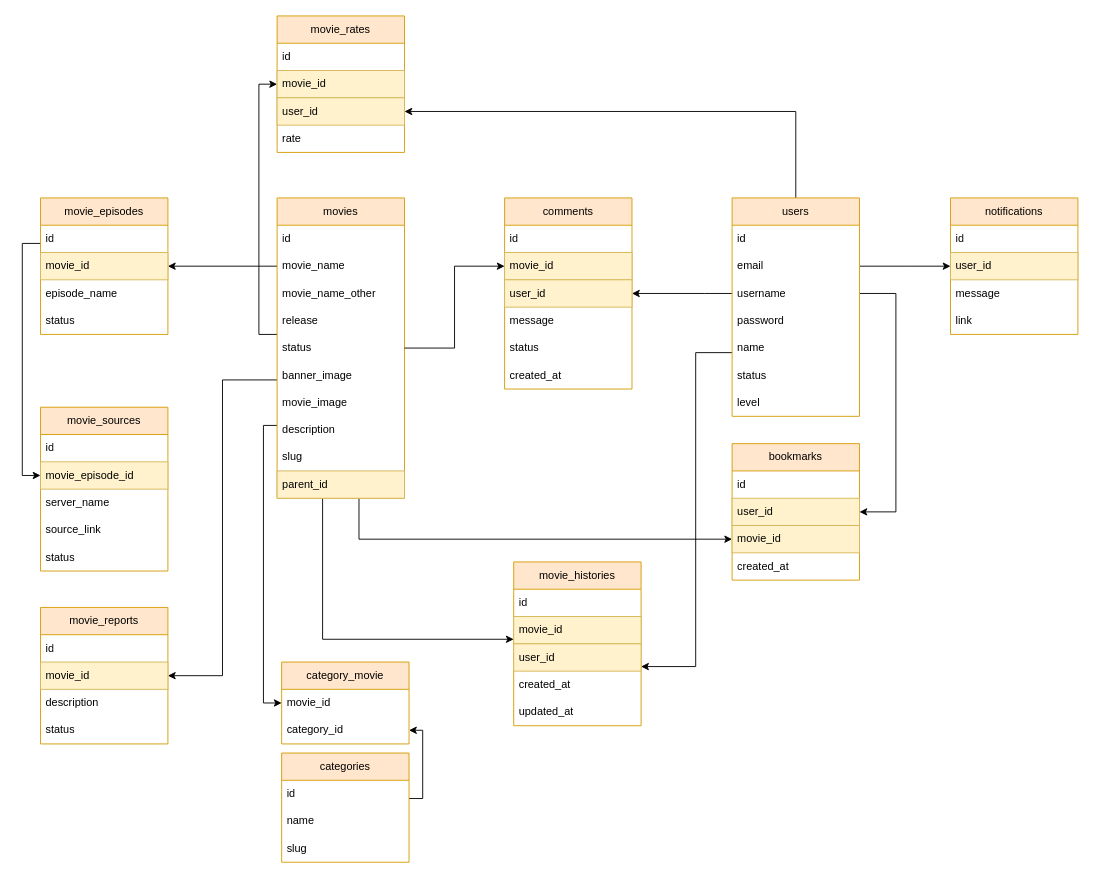
Earlier version of the draw.io diagram movies_erd.drawio (chinhps/movie-project). Source tidied: cells renumbered, new cells numbered last; positions are measured from the earlier drawing's top-left corner, leaving out a move shared by most shapes. Both pictures are drawn from the tidied source at 91%, with x=0, y=0 at pixel (22, 15).
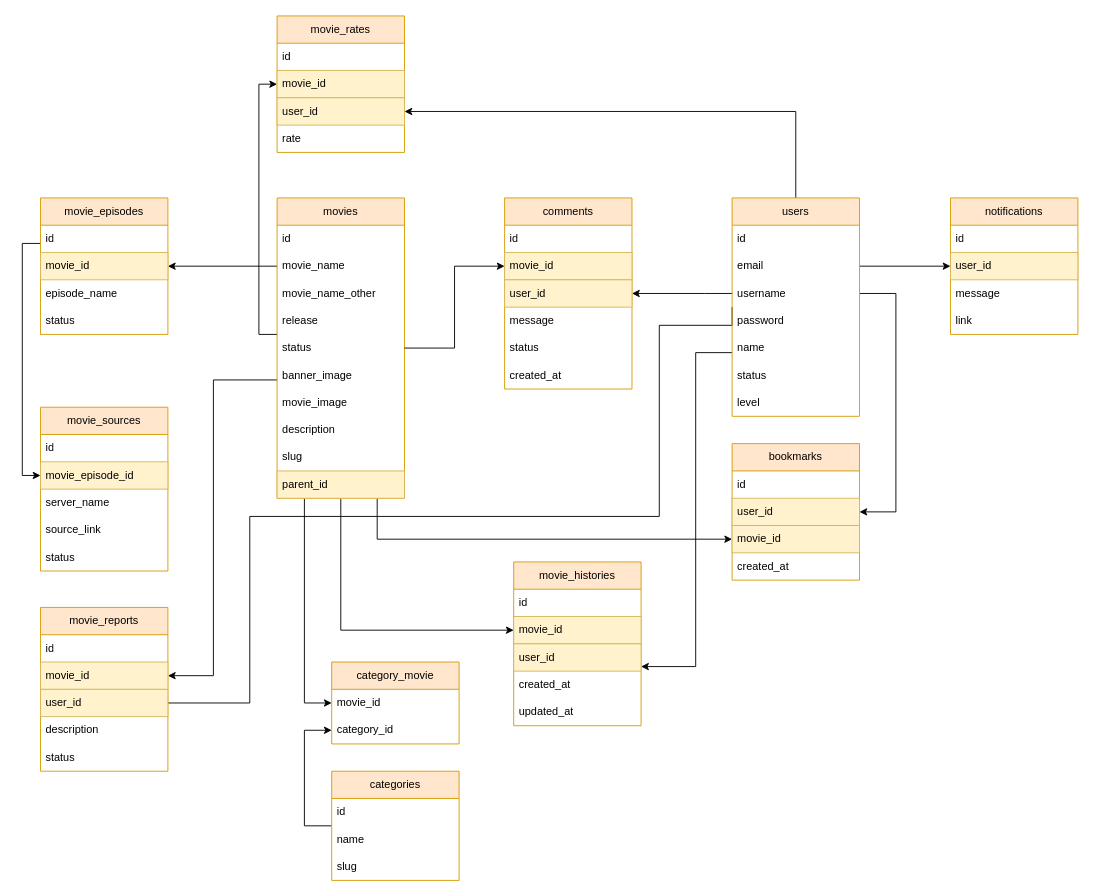
Above is the later version.

The change refers to these unchanged cells:
```xml
<mxCell id="8" value="movies" style="swimlane;fontStyle=0;horizontal=1;startSize=30;whiteSpace=wrap;html=1;fillColor=#ffe6cc;strokeColor=#d79b00;" parent="1" vertex="1">
  <mxGeometry x="280" y="200" width="140" height="330" as="geometry" />
</mxCell>
<mxCell id="49" value="movie_id" style="text;strokeColor=#d6b656;fillColor=#fff2cc;align=left;verticalAlign=middle;spacingLeft=4;spacingRight=4;overflow=hidden;points=[[0,0.5],[1,0.5]];portConstraint=eastwest;whiteSpace=wrap;html=1;" parent="46" vertex="1">
  <mxGeometry y="90" width="140" height="30" as="geometry" />
</mxCell>
<mxCell id="58" value="movie_id" style="text;strokeColor=#d6b656;fillColor=#fff2cc;align=left;verticalAlign=middle;spacingLeft=4;spacingRight=4;overflow=hidden;points=[[0,0.5],[1,0.5]];portConstraint=eastwest;whiteSpace=wrap;html=1;" parent="56" vertex="1">
  <mxGeometry y="60" width="140" height="30" as="geometry" />
</mxCell>
<mxCell id="75" value="&lt;span style=&quot;text-align: center;&quot;&gt;movie&lt;/span&gt;_id" style="text;strokeColor=#d6b656;fillColor=#fff2cc;align=left;verticalAlign=middle;spacingLeft=4;spacingRight=4;overflow=hidden;points=[[0,0.5],[1,0.5]];portConstraint=eastwest;whiteSpace=wrap;html=1;" parent="73" vertex="1">
  <mxGeometry y="60" width="140" height="30" as="geometry" />
</mxCell>
<mxCell id="84" value="movie_id" style="text;strokeColor=none;fillColor=none;align=left;verticalAlign=middle;spacingLeft=4;spacingRight=4;overflow=hidden;points=[[0,0.5],[1,0.5]];portConstraint=eastwest;whiteSpace=wrap;html=1;" parent="83" vertex="1">
  <mxGeometry y="30" width="140" height="30" as="geometry" />
</mxCell>
<mxCell id="85" value="category_id" style="text;strokeColor=none;fillColor=none;align=left;verticalAlign=middle;spacingLeft=4;spacingRight=4;overflow=hidden;points=[[0,0.5],[1,0.5]];portConstraint=eastwest;whiteSpace=wrap;html=1;" parent="83" vertex="1">
  <mxGeometry y="60" width="140" height="30" as="geometry" />
</mxCell>
```

What changed in the source:
```diff
@@
     <mxCell id="3" style="edgeStyle=orthogonalEdgeStyle;rounded=0;jettySize=auto;html=1;" parent="1" edge="1" source="8" target="49">
       <mxGeometry relative="1" as="geometry">
         <Array as="points">
-          <mxPoint x="370" y="575" />
+          <mxPoint x="390" y="575" />
         </Array>
       </mxGeometry>
     </mxCell>
@@
-    <mxCell id="5" style="edgeStyle=orthogonalEdgeStyle;rounded=0;jettySize=auto;html=1;" parent="1" edge="1" source="8" target="58">
+    <mxCell id="5" style="edgeStyle=orthogonalEdgeStyle;rounded=0;jettySize=auto;html=1;" parent="1" edge="1" target="58">
       <mxGeometry relative="1" as="geometry">
+        <mxPoint x="350" y="530" as="sourcePoint" />
         <Array as="points">
-          <mxPoint x="330" y="685" />
+          <mxPoint x="350" y="675" />
         </Array>
       </mxGeometry>
     </mxCell>
-    <mxCell id="6" style="edgeStyle=orthogonalEdgeStyle;rounded=0;jettySize=auto;html=1;entryX=1;entryY=0.5;entryDx=0;entryDy=0;" parent="1" edge="1" source="8" target="73">
+    <mxCell id="6" style="edgeStyle=orthogonalEdgeStyle;rounded=0;jettySize=auto;html=1;" parent="1" edge="1" source="8" target="75">
       <mxGeometry relative="1" as="geometry">
         <Array as="points">
-          <mxPoint x="220" y="400" />
-          <mxPoint x="220" y="725" />
+          <mxPoint x="210" y="400" />
+          <mxPoint x="210" y="725" />
         </Array>
       </mxGeometry>
     </mxCell>
     <mxCell id="7" style="edgeStyle=orthogonalEdgeStyle;rounded=0;jettySize=auto;html=1;entryX=0;entryY=0.5;entryDx=0;entryDy=0;" parent="1" edge="1" source="8" target="84">
       <mxGeometry relative="1" as="geometry">
         <Array as="points">
-          <mxPoint x="265" y="450" />
-          <mxPoint x="265" y="755" />
+          <mxPoint x="310" y="755" />
         </Array>
       </mxGeometry>
     </mxCell>
@@
+    <mxCell id="86" style="edgeStyle=orthogonalEdgeStyle;rounded=0;orthogonalLoop=1;jettySize=auto;html=1;" parent="1" edge="1">
+      <mxGeometry relative="1" as="geometry">
+        <mxPoint x="780" y="320" as="sourcePoint" />
+        <mxPoint x="150" y="755" as="targetPoint" />
+        <Array as="points">
+          <mxPoint x="780" y="340" />
+          <mxPoint x="700" y="340" />
+          <mxPoint x="700" y="550" />
+          <mxPoint x="250" y="550" />
+          <mxPoint x="250" y="755" />
+        </Array>
+      </mxGeometry>
+    </mxCell>
@@
     <mxCell id="73" value="movie_reports" style="swimlane;fontStyle=0;horizontal=1;startSize=30;whiteSpace=wrap;html=1;fillColor=#ffe6cc;strokeColor=#d79b00;" parent="1" vertex="1">
-      <mxGeometry x="20" y="650" width="140" height="150" as="geometry" />
+      <mxGeometry x="20" y="650" width="140" height="180" as="geometry" />
     </mxCell>
@@
+    <mxCell id="87" value="user_id" style="text;strokeColor=#d6b656;fillColor=#fff2cc;align=left;verticalAlign=middle;spacingLeft=4;spacingRight=4;overflow=hidden;whiteSpace=wrap;html=1;" parent="73" vertex="1">
+      <mxGeometry y="90" width="140" height="30" as="geometry" />
+    </mxCell>
     <mxCell id="76" value="description" style="text;strokeColor=none;fillColor=none;align=left;verticalAlign=middle;spacingLeft=4;spacingRight=4;overflow=hidden;whiteSpace=wrap;html=1;" parent="73" vertex="1">
-      <mxGeometry y="90" width="140" height="30" as="geometry" />
+      <mxGeometry y="120" width="140" height="30" as="geometry" />
     </mxCell>
     <mxCell id="77" value="status" style="text;strokeColor=none;fillColor=none;align=left;verticalAlign=middle;spacingLeft=4;spacingRight=4;overflow=hidden;whiteSpace=wrap;html=1;" parent="73" vertex="1">
-      <mxGeometry y="120" width="140" height="30" as="geometry" />
+      <mxGeometry y="150" width="140" height="30" as="geometry" />
     </mxCell>
-    <mxCell id="78" style="edgeStyle=orthogonalEdgeStyle;rounded=0;jettySize=auto;html=1;entryX=1;entryY=0.5;entryDx=0;entryDy=0;" parent="1" edge="1" source="79" target="85">
+    <mxCell id="78" style="edgeStyle=orthogonalEdgeStyle;rounded=0;jettySize=auto;html=1;" parent="1" edge="1" source="79" target="85">
       <mxGeometry relative="1" as="geometry">
         <Array as="points">
-          <mxPoint x="440" y="860" />
-          <mxPoint x="440" y="785" />
+          <mxPoint x="310" y="890" />
+          <mxPoint x="310" y="785" />
         </Array>
       </mxGeometry>
     </mxCell>
     <mxCell id="79" value="categories" style="swimlane;fontStyle=0;horizontal=1;startSize=30;whiteSpace=wrap;html=1;fillColor=#ffe6cc;strokeColor=#d79b00;" parent="1" vertex="1">
-      <mxGeometry x="285" y="810" width="140" height="120" as="geometry" />
+      <mxGeometry x="340" y="830" width="140" height="120" as="geometry" />
     </mxCell>
@@
     <mxCell id="83" value="category_movie" style="swimlane;fontStyle=0;horizontal=1;startSize=30;whiteSpace=wrap;html=1;fillColor=#ffe6cc;strokeColor=#d79b00;" parent="1" vertex="1">
-      <mxGeometry x="285" y="710" width="140" height="90" as="geometry" />
+      <mxGeometry x="340" y="710" width="140" height="90" as="geometry" />
     </mxCell>
```
